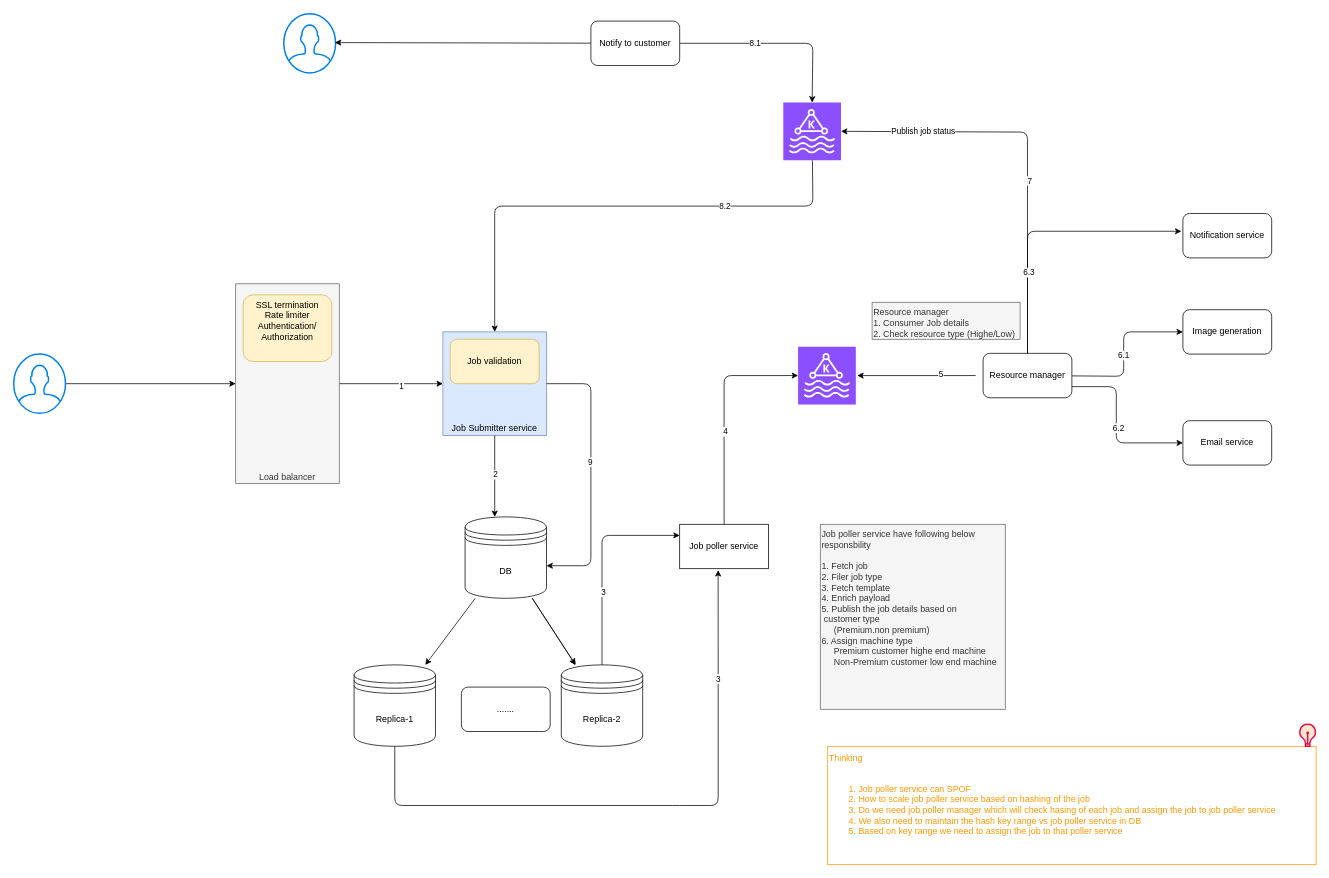
Earlier version of the draw.io diagram hld/distributedSceduler.drawio (summit87/HLD). Source tidied: cells renumbered, new cells numbered last; positions are measured from the earlier drawing's top-left corner, leaving out a move shared by most shapes. Both pictures are drawn from the tidied source at 74%, with x=0, y=0 at pixel (13, 13).
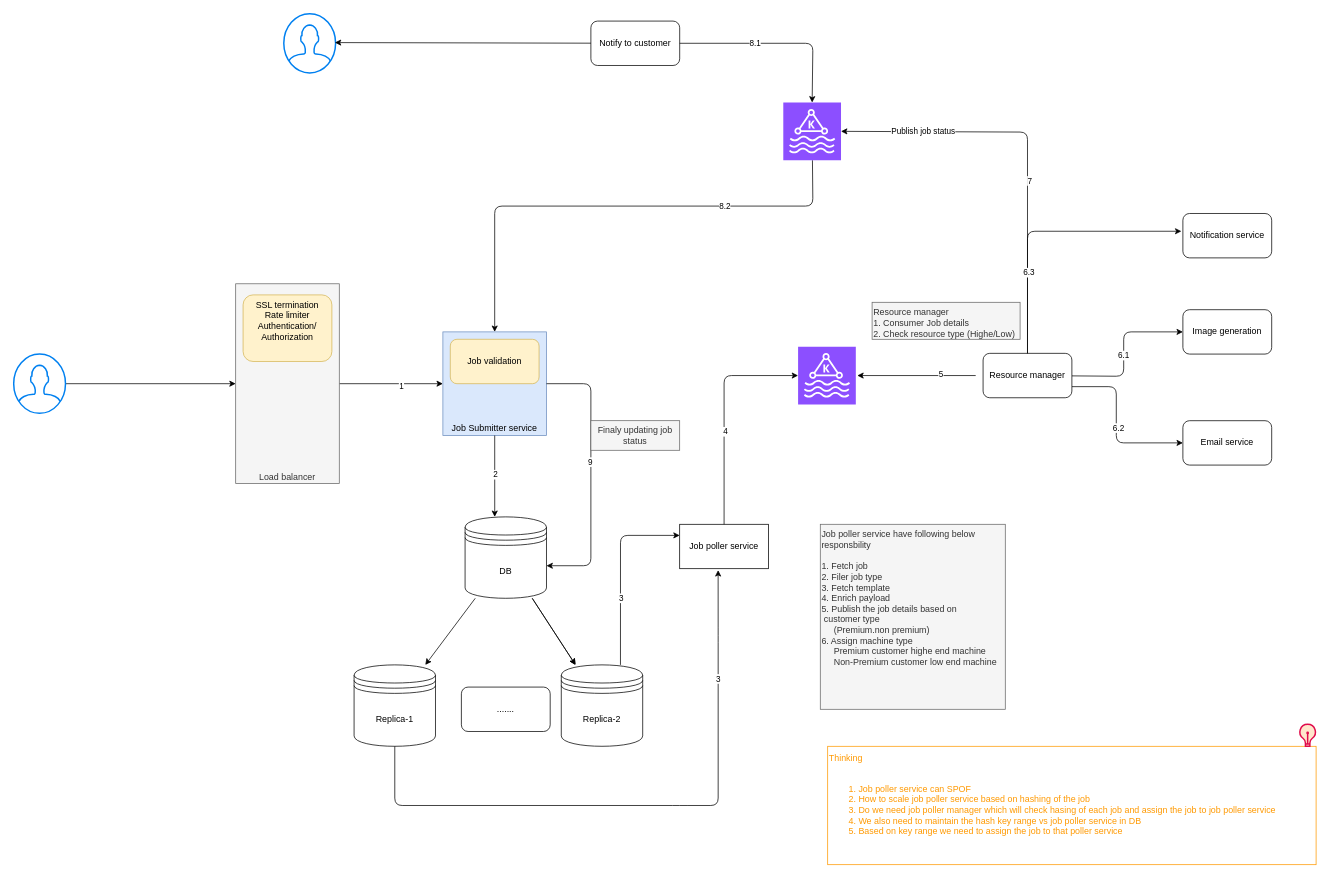
The same diagram, later.

Unchanged cells that the change refers to:
```xml
<mxCell id="16" value="Job poller service" style="rounded=0;whiteSpace=wrap;html=1;" parent="1" vertex="1">
  <mxGeometry x="900" y="690" width="120" height="60" as="geometry" />
</mxCell>
<mxCell id="19" value="Replica-2" style="shape=datastore;whiteSpace=wrap;html=1;" parent="1" vertex="1">
  <mxGeometry x="740" y="880" width="110" height="110" as="geometry" />
</mxCell>
```

Diff of the diagram source:
```diff
@@
-    <mxCell id="17" style="edgeStyle=none;html=1;entryX=0;entryY=0.25;entryDx=0;entryDy=0;" parent="1" edge="1" source="19" target="16">
+    <mxCell id="17" style="edgeStyle=none;html=1;entryX=0;entryY=0.25;entryDx=0;entryDy=0;exitX=0.727;exitY=0;exitDx=0;exitDy=0;exitPerimeter=0;" parent="1" edge="1" source="19" target="16">
       <mxGeometry relative="1" as="geometry">
         <Array as="points">
-          <mxPoint x="795" y="705" />
+          <mxPoint x="820" y="705" />
         </Array>
       </mxGeometry>
     </mxCell>
@@
+    <mxCell id="56" value="Finaly updating job status" style="text;html=1;align=center;verticalAlign=middle;whiteSpace=wrap;rounded=0;fillColor=#f5f5f5;fontColor=#333333;strokeColor=#666666;" parent="1" vertex="1">
+      <mxGeometry x="780" y="550" width="120" height="40" as="geometry" />
+    </mxCell>
```
